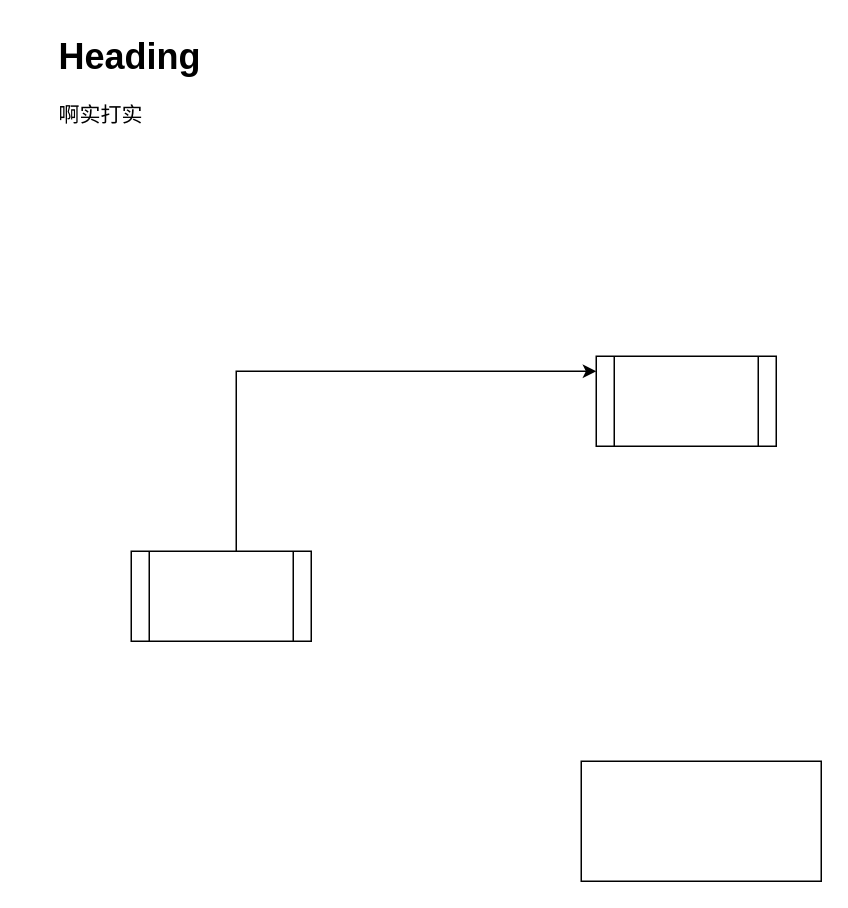
This is page "第 1 页" (1 of 2) of test.drawio from Yeuron/draw.io, a draw.io file, before an edit. Source tidied: cells renumbered, new cells numbered last; positions are measured from the earlier drawing's top-left corner, leaving out a move shared by most shapes. Both pictures are drawn from the tidied source at 150%, with x=0, y=0 at pixel (56, 26).
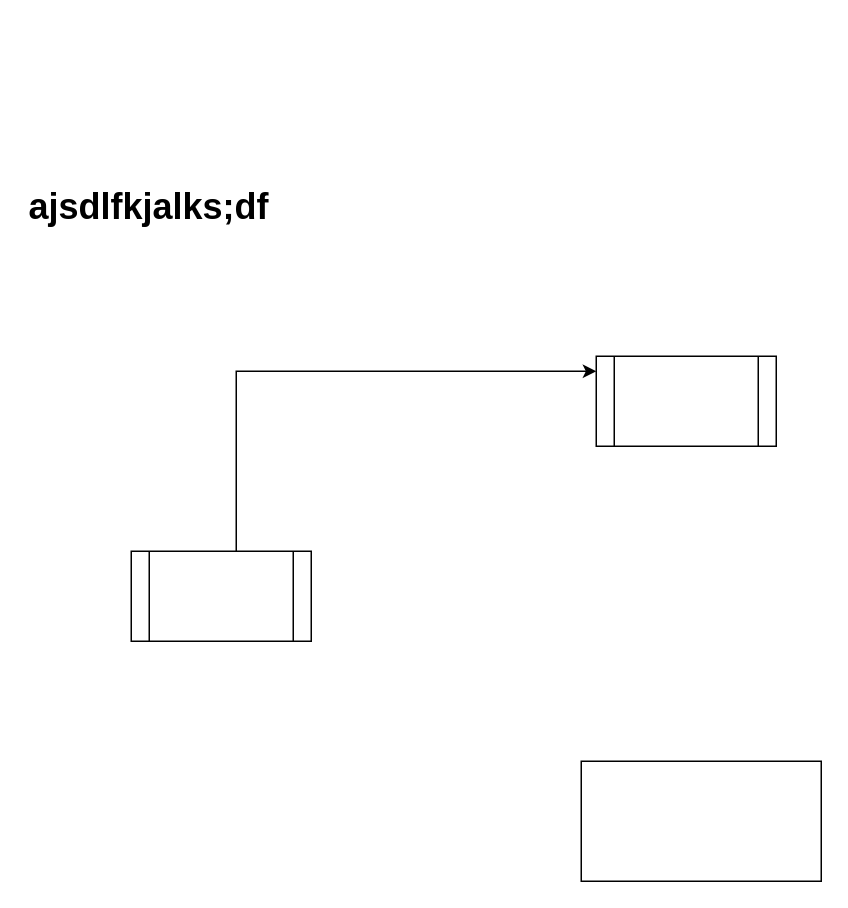
The same diagram, later.

The edit, as a diff of the source:
```diff
@@
 <mxGraphModel>
   <root>
     <mxCell id="0" />
     <mxCell id="1" parent="0" />
-    <mxCell id="2" value="&lt;h1 style=&quot;margin-top: 0px;&quot;&gt;Heading&lt;/h1&gt;&lt;p&gt;&lt;font style=&quot;font-size: 14px;&quot; face=&quot;Garamond&quot;&gt;啊实打实&lt;/font&gt;&lt;/p&gt;" style="text;html=1;whiteSpace=wrap;overflow=hidden;rounded=0;" parent="1" vertex="1">
-      <mxGeometry width="180" height="120" as="geometry" />
+    <mxCell id="2" value="&lt;h1 style=&quot;margin-top: 0px;&quot;&gt;ajsdlfkjalks;df&amp;nbsp;&lt;/h1&gt;" style="text;html=1;whiteSpace=wrap;overflow=hidden;rounded=0;" parent="1" vertex="1">
+      <mxGeometry x="-20" y="100" width="180" height="120" as="geometry" />
     </mxCell>
     <mxCell id="3" style="shape=process;whiteSpace=wrap;html=1;backgroundOutline=1;" parent="1" vertex="1">
       <mxGeometry x="360" y="220" width="120" height="60" as="geometry" />
     </mxCell>
     <mxCell id="4" style="edgeStyle=orthogonalEdgeStyle;rounded=0;jettySize=auto;html=1;" parent="1" edge="1" source="5" target="3">
       <mxGeometry relative="1" as="geometry">
         <Array as="points">
           <mxPoint x="120" y="230" />
         </Array>
       </mxGeometry>
     </mxCell>
     <mxCell id="5" style="shape=process;whiteSpace=wrap;html=1;backgroundOutline=1;" parent="1" vertex="1">
       <mxGeometry x="50" y="350" width="120" height="60" as="geometry" />
     </mxCell>
     <mxCell id="6" style="rounded=0;whiteSpace=wrap;html=1;" parent="1" vertex="1">
       <mxGeometry x="350" y="490" width="160" height="80" as="geometry" />
     </mxCell>
   </root>
 </mxGraphModel>
```
